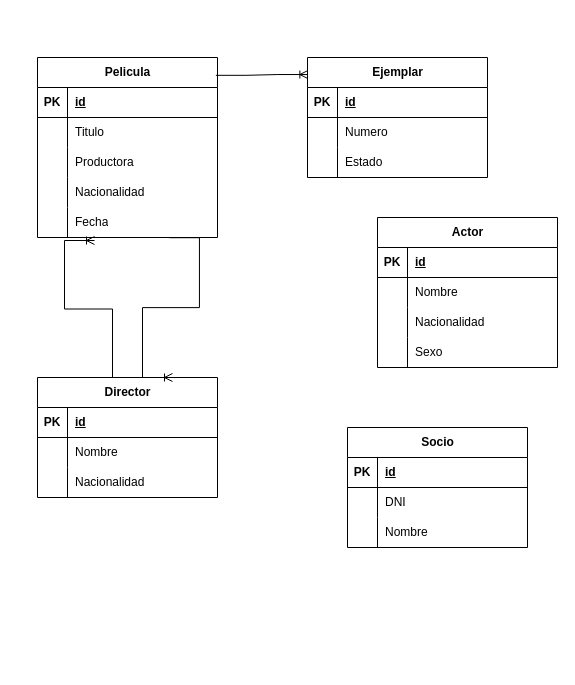
This is TP2-BasesDeDatos.drawio from MateoBorrero8/Yo., a draw.io file, before an edit. Source tidied: cells renumbered, new cells numbered last; positions are measured from the earlier drawing's top-left corner, leaving out a move shared by most shapes. Both pictures are drawn from the tidied source at 100%, with x=0, y=0 at pixel (37, 57).
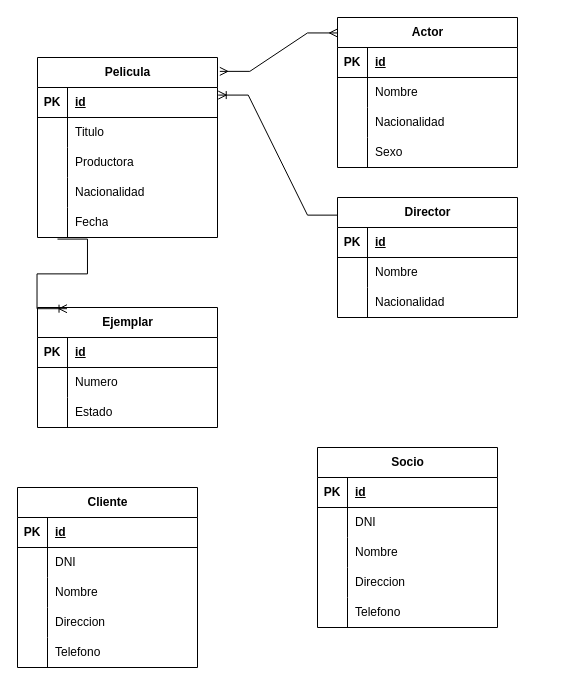
After the change.

The change refers to these unchanged cells:
```xml
<mxCell id="2" value="Pelicula" style="shape=table;startSize=30;childLayout=tableLayout;rowLines=0;fontStyle=1;align=center;html=1;" parent="1" vertex="1">
  <mxGeometry width="180" height="180" as="geometry" />
</mxCell>
<mxCell id="3" style="shape=tableRow;horizontal=0;startSize=0;swimlaneHead=0;swimlaneBody=0;fillColor=none;points=[[0,0.5],[1,0.5]];portConstraint=eastwest;top=0;left=0;right=0;bottom=1;" parent="2" vertex="1">
  <mxGeometry y="30" width="180" height="30" as="geometry" />
</mxCell>
<mxCell id="15" style="shape=tableRow;horizontal=0;startSize=0;swimlaneHead=0;swimlaneBody=0;fillColor=none;points=[[0,0.5],[1,0.5]];portConstraint=eastwest;top=0;left=0;right=0;bottom=0;" parent="2" vertex="1">
  <mxGeometry y="150" width="180" height="30" as="geometry" />
</mxCell>
```

What changed in the source:
```diff
@@
     <mxCell id="18" value="Ejemplar" style="shape=table;startSize=30;childLayout=tableLayout;rowLines=0;fontStyle=1;align=center;html=1;" parent="1" vertex="1">
-      <mxGeometry x="270" width="180" height="120" as="geometry" />
+      <mxGeometry y="250" width="180" height="120" as="geometry" />
     </mxCell>
@@
-    <mxCell id="28" style="edgeStyle=entityRelationEdgeStyle;fontSize=12;html=1;endArrow=ERoneToMany;rounded=0;exitX=0.991;exitY=0.099;exitDx=0;exitDy=0;exitPerimeter=0;entryX=0.002;entryY=0.142;entryDx=0;entryDy=0;entryPerimeter=0;" parent="1" edge="1" source="2" target="18">
-      <mxGeometry relative="1" as="geometry" />
-    </mxCell>
     <mxCell id="29" value="Director" style="shape=table;startSize=30;childLayout=tableLayout;rowLines=0;fontStyle=1;align=center;html=1;" parent="1" vertex="1">
-      <mxGeometry y="320" width="180" height="120" as="geometry" />
+      <mxGeometry x="300" y="140" width="180" height="120" as="geometry" />
     </mxCell>
@@
-    <mxCell id="39" style="edgeStyle=entityRelationEdgeStyle;fontSize=12;html=1;endArrow=ERoneToMany;rounded=0;exitX=0.25;exitY=0;exitDx=0;exitDy=0;" parent="1" edge="1" source="29">
-      <mxGeometry relative="1" as="geometry">
-        <mxPoint x="57" y="183" as="targetPoint" />
-        <Array as="points">
-          <mxPoint x="380" y="230" />
-        </Array>
-      </mxGeometry>
-    </mxCell>
-    <mxCell id="40" style="edgeStyle=entityRelationEdgeStyle;fontSize=12;html=1;endArrow=ERoneToMany;rounded=0;exitX=0.733;exitY=1.007;exitDx=0;exitDy=0;exitPerimeter=0;entryX=0.75;entryY=0;entryDx=0;entryDy=0;" parent="1" edge="1" source="15" target="29">
-      <mxGeometry relative="1" as="geometry" />
-    </mxCell>
     <mxCell id="41" value="Actor" style="shape=table;startSize=30;childLayout=tableLayout;rowLines=0;fontStyle=1;align=center;html=1;" parent="1" vertex="1">
-      <mxGeometry x="340" y="160" width="180" height="150" as="geometry" />
+      <mxGeometry x="300" y="-40" width="180" height="150" as="geometry" />
     </mxCell>
@@
     <mxCell id="54" value="Socio" style="shape=table;startSize=30;childLayout=tableLayout;rowLines=0;fontStyle=1;align=center;html=1;" parent="1" vertex="1">
-      <mxGeometry x="310" y="370" width="180" height="120" as="geometry" />
+      <mxGeometry x="280" y="390" width="180" height="180" as="geometry" />
     </mxCell>
@@
+    <mxCell id="64" style="shape=tableRow;horizontal=0;startSize=0;swimlaneHead=0;swimlaneBody=0;fillColor=none;top=0;left=0;right=0;bottom=0;" parent="54" vertex="1">
+      <mxGeometry y="120" width="180" height="30" as="geometry" />
+    </mxCell>
+    <mxCell id="65" style="shape=partialRectangle;fillColor=none;top=0;left=0;bottom=0;right=0;overflow=hidden;whiteSpace=wrap;html=1;" parent="64" vertex="1">
+      <mxGeometry width="30" height="30" as="geometry" />
+    </mxCell>
+    <mxCell id="66" value="Direccion" style="shape=partialRectangle;fillColor=none;top=0;left=0;bottom=0;right=0;align=left;spacingLeft=6;overflow=hidden;whiteSpace=wrap;html=1;" parent="64" vertex="1">
+      <mxGeometry x="30" width="150" height="30" as="geometry" />
+    </mxCell>
+    <mxCell id="67" style="shape=tableRow;horizontal=0;startSize=0;swimlaneHead=0;swimlaneBody=0;fillColor=none;top=0;left=0;right=0;bottom=0;" parent="54" vertex="1">
+      <mxGeometry y="150" width="180" height="30" as="geometry" />
+    </mxCell>
+    <mxCell id="68" style="shape=partialRectangle;fillColor=none;top=0;left=0;bottom=0;right=0;overflow=hidden;whiteSpace=wrap;html=1;" parent="67" vertex="1">
+      <mxGeometry width="30" height="30" as="geometry" />
+    </mxCell>
+    <mxCell id="69" value="Telefono" style="shape=partialRectangle;fillColor=none;top=0;left=0;bottom=0;right=0;align=left;spacingLeft=6;overflow=hidden;whiteSpace=wrap;html=1;" parent="67" vertex="1">
+      <mxGeometry x="30" width="150" height="30" as="geometry" />
+    </mxCell>
+    <mxCell id="70" value="Cliente" style="shape=table;startSize=30;childLayout=tableLayout;rowLines=0;fontStyle=1;align=center;html=1;" parent="1" vertex="1">
+      <mxGeometry x="-20" y="430" width="180" height="180" as="geometry" />
+    </mxCell>
+    <mxCell id="71" style="shape=tableRow;horizontal=0;startSize=0;swimlaneHead=0;swimlaneBody=0;fillColor=none;top=0;left=0;right=0;bottom=1;" parent="70" vertex="1">
+      <mxGeometry y="30" width="180" height="30" as="geometry" />
+    </mxCell>
+    <mxCell id="72" value="PK" style="shape=partialRectangle;fillColor=none;top=0;left=0;bottom=0;right=0;fontStyle=1;overflow=hidden;whiteSpace=wrap;html=1;" parent="71" vertex="1">
+      <mxGeometry width="30" height="30" as="geometry" />
+    </mxCell>
+    <mxCell id="73" value="id" style="shape=partialRectangle;fillColor=none;top=0;left=0;bottom=0;right=0;align=left;spacingLeft=6;fontStyle=5;overflow=hidden;whiteSpace=wrap;html=1;" parent="71" vertex="1">
+      <mxGeometry x="30" width="150" height="30" as="geometry" />
+    </mxCell>
+    <mxCell id="74" style="shape=tableRow;horizontal=0;startSize=0;swimlaneHead=0;swimlaneBody=0;fillColor=none;top=0;left=0;right=0;bottom=0;" parent="70" vertex="1">
+      <mxGeometry y="60" width="180" height="30" as="geometry" />
+    </mxCell>
+    <mxCell id="75" style="shape=partialRectangle;fillColor=none;top=0;left=0;bottom=0;right=0;overflow=hidden;whiteSpace=wrap;html=1;" parent="74" vertex="1">
+      <mxGeometry width="30" height="30" as="geometry" />
+    </mxCell>
+    <mxCell id="76" value="DNI" style="shape=partialRectangle;fillColor=none;top=0;left=0;bottom=0;right=0;align=left;spacingLeft=6;overflow=hidden;whiteSpace=wrap;html=1;" parent="74" vertex="1">
+      <mxGeometry x="30" width="150" height="30" as="geometry" />
+    </mxCell>
+    <mxCell id="77" style="shape=tableRow;horizontal=0;startSize=0;swimlaneHead=0;swimlaneBody=0;fillColor=none;top=0;left=0;right=0;bottom=0;" parent="70" vertex="1">
+      <mxGeometry y="90" width="180" height="30" as="geometry" />
+    </mxCell>
+    <mxCell id="78" style="shape=partialRectangle;fillColor=none;top=0;left=0;bottom=0;right=0;overflow=hidden;whiteSpace=wrap;html=1;" parent="77" vertex="1">
+      <mxGeometry width="30" height="30" as="geometry" />
+    </mxCell>
+    <mxCell id="79" value="Nombre" style="shape=partialRectangle;fillColor=none;top=0;left=0;bottom=0;right=0;align=left;spacingLeft=6;overflow=hidden;whiteSpace=wrap;html=1;" parent="77" vertex="1">
+      <mxGeometry x="30" width="150" height="30" as="geometry" />
+    </mxCell>
+    <mxCell id="80" style="shape=tableRow;horizontal=0;startSize=0;swimlaneHead=0;swimlaneBody=0;fillColor=none;top=0;left=0;right=0;bottom=0;" parent="70" vertex="1">
+      <mxGeometry y="120" width="180" height="30" as="geometry" />
+    </mxCell>
+    <mxCell id="81" style="shape=partialRectangle;fillColor=none;top=0;left=0;bottom=0;right=0;overflow=hidden;whiteSpace=wrap;html=1;" parent="80" vertex="1">
+      <mxGeometry width="30" height="30" as="geometry" />
+    </mxCell>
+    <mxCell id="82" value="Direccion" style="shape=partialRectangle;fillColor=none;top=0;left=0;bottom=0;right=0;align=left;spacingLeft=6;overflow=hidden;whiteSpace=wrap;html=1;" parent="80" vertex="1">
+      <mxGeometry x="30" width="150" height="30" as="geometry" />
+    </mxCell>
+    <mxCell id="83" style="shape=tableRow;horizontal=0;startSize=0;swimlaneHead=0;swimlaneBody=0;fillColor=none;top=0;left=0;right=0;bottom=0;" parent="70" vertex="1">
+      <mxGeometry y="150" width="180" height="30" as="geometry" />
+    </mxCell>
+    <mxCell id="84" style="shape=partialRectangle;fillColor=none;top=0;left=0;bottom=0;right=0;overflow=hidden;whiteSpace=wrap;html=1;" parent="83" vertex="1">
+      <mxGeometry width="30" height="30" as="geometry" />
+    </mxCell>
+    <mxCell id="85" value="Telefono" style="shape=partialRectangle;fillColor=none;top=0;left=0;bottom=0;right=0;align=left;spacingLeft=6;overflow=hidden;whiteSpace=wrap;html=1;" parent="83" vertex="1">
+      <mxGeometry x="30" width="150" height="30" as="geometry" />
+    </mxCell>
+    <mxCell id="86" style="edgeStyle=entityRelationEdgeStyle;fontSize=12;html=1;endArrow=ERmany;startArrow=ERmany;rounded=0;exitX=1.013;exitY=0.077;exitDx=0;exitDy=0;exitPerimeter=0;entryX=0;entryY=0.103;entryDx=0;entryDy=0;entryPerimeter=0;" parent="1" edge="1" source="2" target="41">
+      <mxGeometry relative="1" as="geometry" />
+    </mxCell>
+    <mxCell id="87" style="edgeStyle=entityRelationEdgeStyle;fontSize=12;html=1;endArrow=ERoneToMany;rounded=0;exitX=0;exitY=0.147;exitDx=0;exitDy=0;exitPerimeter=0;entryX=1.004;entryY=0.253;entryDx=0;entryDy=0;entryPerimeter=0;" parent="1" edge="1" source="29" target="3">
+      <mxGeometry relative="1" as="geometry" />
+    </mxCell>
+    <mxCell id="88" style="edgeStyle=entityRelationEdgeStyle;fontSize=12;html=1;endArrow=ERoneToMany;rounded=0;exitX=0.111;exitY=1.053;exitDx=0;exitDy=0;exitPerimeter=0;entryX=0.164;entryY=0.01;entryDx=0;entryDy=0;entryPerimeter=0;" parent="1" edge="1" source="15" target="18">
+      <mxGeometry relative="1" as="geometry" />
+    </mxCell>
```
